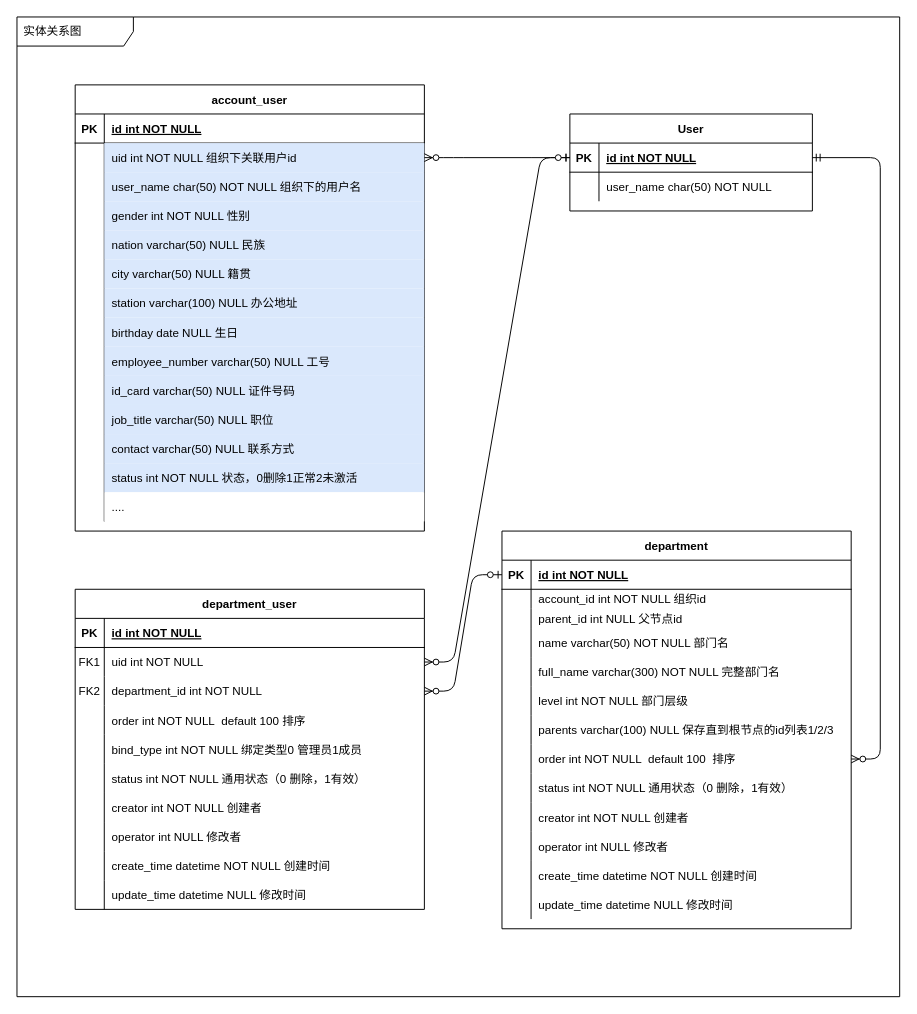
This is page "部门成员" (1 of 2) of 部门和成员.drawio from MainListActivity/test, a draw.io file, before an edit. Source tidied: cells renumbered, new cells numbered last; positions are measured from the earlier drawing's top-left corner, leaving out a move shared by most shapes. Both pictures are drawn from the tidied source at 97%, with x=0, y=0 at pixel (16, 16).
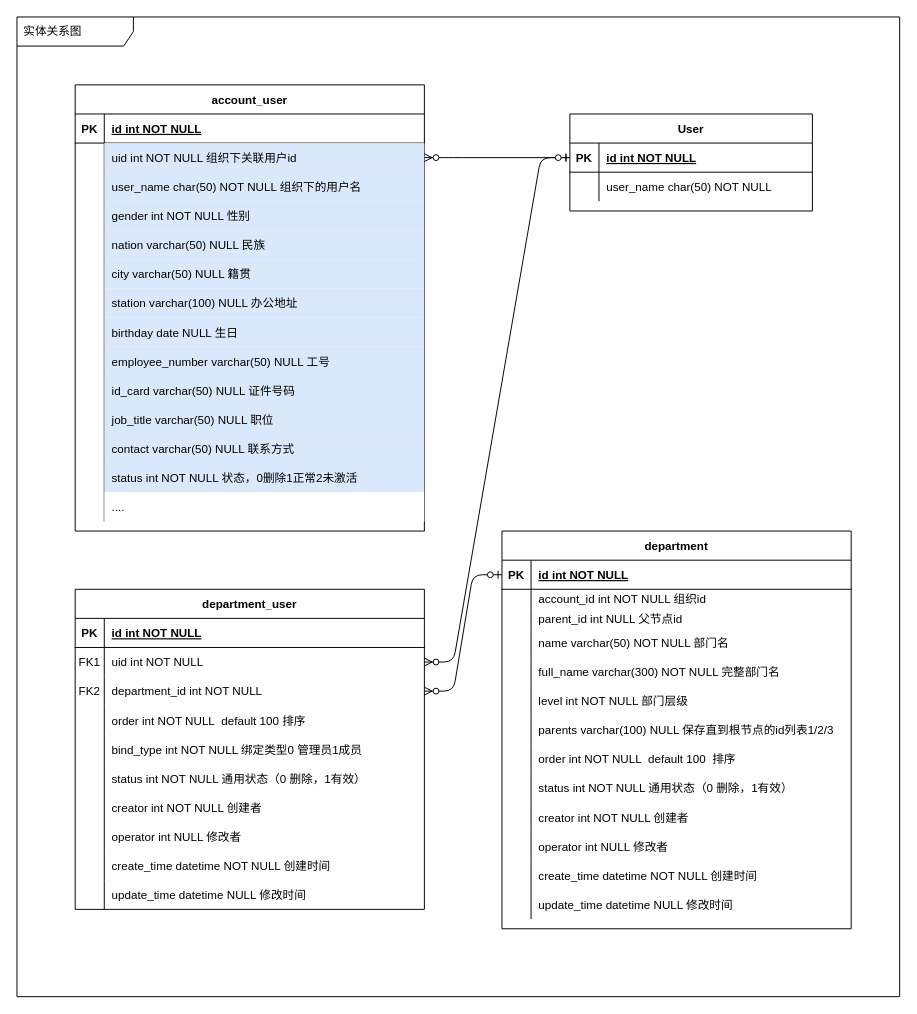
The same diagram, later.

Commit message:
更新部门和成员.drawio

Unchanged cells that the change refers to:
```xml
<mxCell id="57" style="shape=partialRectangle;fillColor=none;points=[[0,0.5],[1,0.5]];portConstraint=eastwest;top=0;left=0;right=0;bottom=0;" parent="35" vertex="1">
  <mxGeometry y="220" width="360" height="30" as="geometry" />
</mxCell>
<mxCell id="76" style="shape=partialRectangle;fillColor=none;points=[[0,0.5],[1,0.5]];portConstraint=eastwest;top=0;left=0;right=0;bottom=1;" parent="75" vertex="1">
  <mxGeometry y="30" width="250" height="30" as="geometry" />
</mxCell>
```

Change to the diagram source:
```diff
@@
-    <mxCell id="83" style="edgeStyle=entityRelationEdgeStyle;fontSize=12;html=1;endArrow=ERzeroToMany;startArrow=ERmandOne;" parent="1" edge="1" source="76" target="57">
-      <mxGeometry relative="1" as="geometry" />
-    </mxCell>
```
